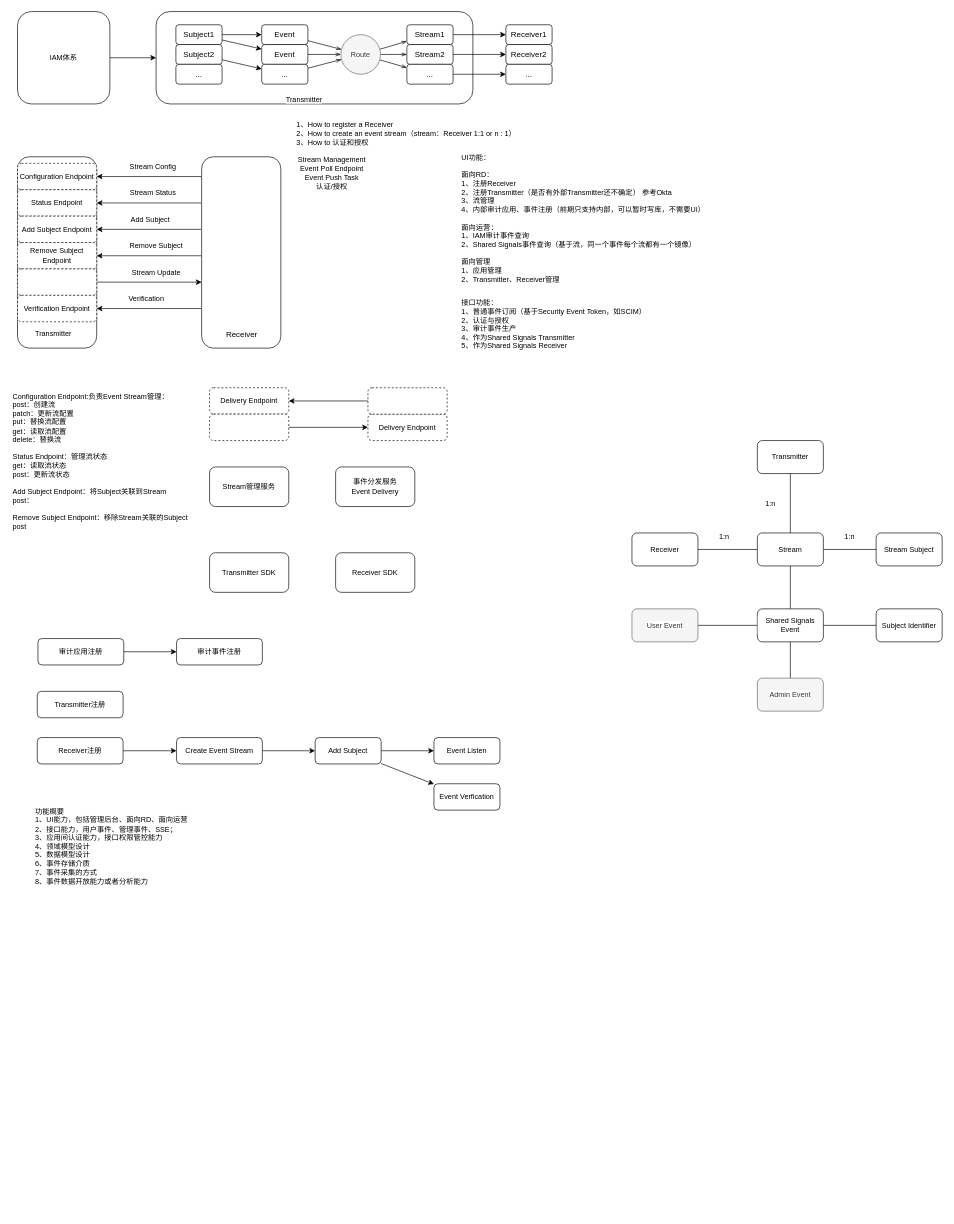
Above: sharedsignals.drawio in yamilinqh/spicedb (draw.io), before the change. Source tidied: cells renumbered, new cells numbered last; positions are measured from the earlier drawing's top-left corner, leaving out a move shared by most shapes. Both pictures are drawn from the tidied source at 66%, with x=0, y=0 at pixel (11, 11).
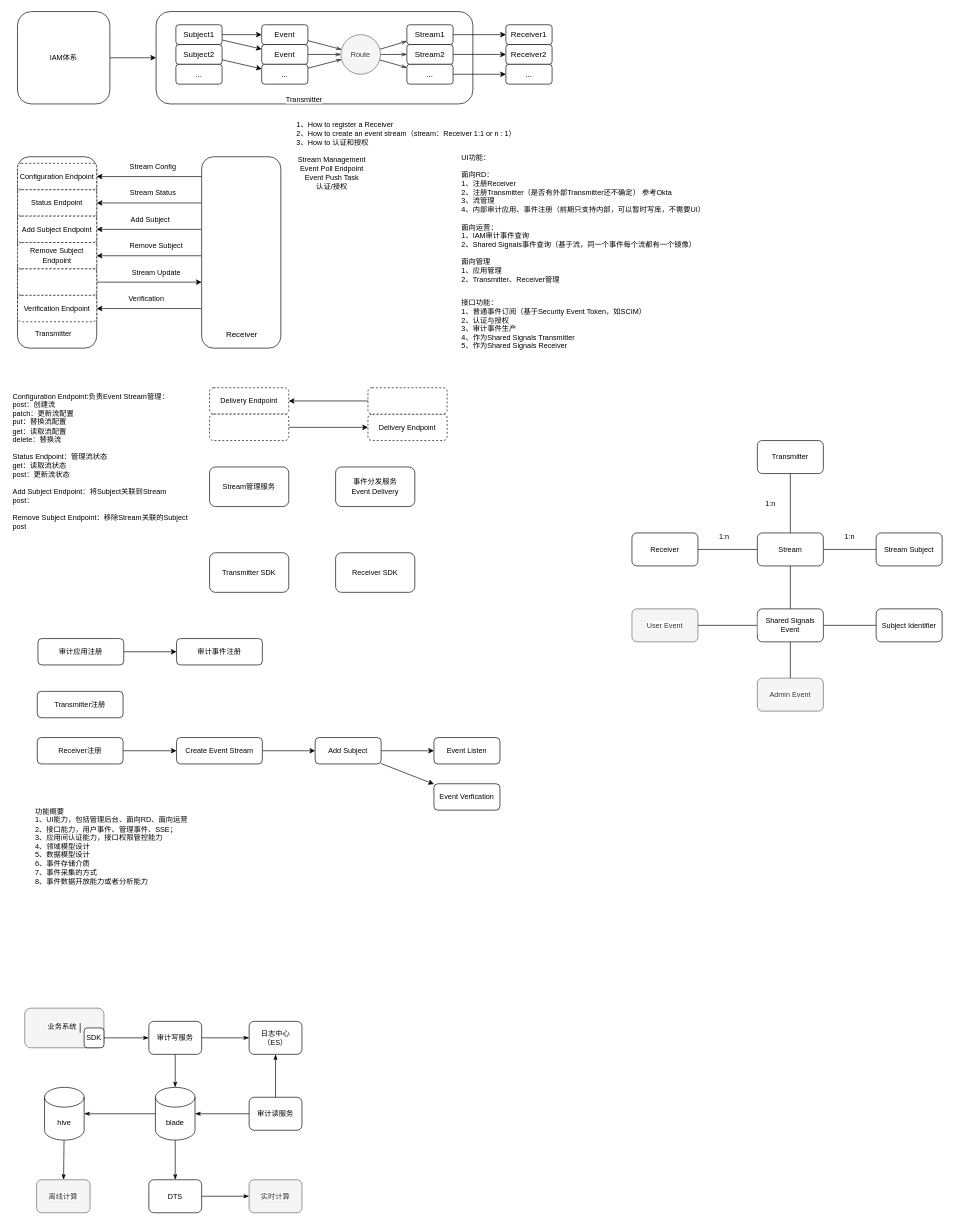
After the change.

The edit, as a diff of the source:
```diff
@@
+    <mxCell id="107" style="rounded=1;whiteSpace=wrap;html=1;fontFamily=Helvetica;fontSize=11;fontColor=#333333;labelBackgroundColor=default;fillColor=#f5f5f5;strokeColor=#666666;" parent="1" vertex="1">
+      <mxGeometry x="20" y="1510" width="120" height="60" as="geometry" />
+    </mxCell>
@@
+    <mxCell id="108" style="edgeStyle=none;shape=connector;rounded=0;jettySize=auto;html=1;strokeColor=default;align=center;verticalAlign=middle;fontFamily=Helvetica;fontSize=11;fontColor=default;labelBackgroundColor=default;endArrow=classicThin;endFill=1;" parent="1" edge="1" source="109" target="113">
+      <mxGeometry relative="1" as="geometry" />
+    </mxCell>
+    <mxCell id="109" value="SDK" style="rounded=1;whiteSpace=wrap;html=1;fontFamily=Helvetica;fontSize=11;fontColor=default;labelBackgroundColor=default;" parent="1" vertex="1">
+      <mxGeometry x="110" y="1540" width="30" height="30" as="geometry" />
+    </mxCell>
+    <mxCell id="110" value="&lt;span style=&quot;color: rgb(0, 0, 0); font-family: Helvetica; font-size: 11px; font-style: normal; font-variant-ligatures: normal; font-variant-caps: normal; font-weight: 400; letter-spacing: normal; orphans: 2; text-align: center; text-indent: 0px; text-transform: none; widows: 2; word-spacing: 0px; -webkit-text-stroke-width: 0px; white-space: normal; background-color: rgb(255, 255, 255); text-decoration-thickness: initial; text-decoration-style: initial; text-decoration-color: initial; display: inline !important; float: none;&quot;&gt;业务系统&lt;/span&gt;" style="text;whiteSpace=wrap;html=1;fontFamily=Helvetica;fontSize=11;fontColor=default;labelBackgroundColor=default;" parent="1" vertex="1">
+      <mxGeometry x="53" y="1525" width="51" height="30" as="geometry" />
+    </mxCell>
+    <mxCell id="111" style="edgeStyle=none;shape=connector;rounded=0;orthogonalLoop=1;jettySize=auto;html=1;exitX=1;exitY=0.25;exitDx=0;exitDy=0;entryX=1;entryY=0.75;entryDx=0;entryDy=0;strokeColor=default;align=center;verticalAlign=middle;fontFamily=Helvetica;fontSize=11;fontColor=default;labelBackgroundColor=default;endArrow=none;endFill=0;" parent="1" edge="1" source="110" target="110">
+      <mxGeometry relative="1" as="geometry" />
+    </mxCell>
+    <mxCell id="112" style="edgeStyle=none;shape=connector;rounded=0;jettySize=auto;html=1;strokeColor=default;align=center;verticalAlign=middle;fontFamily=Helvetica;fontSize=11;fontColor=default;labelBackgroundColor=default;endArrow=classicThin;endFill=1;" parent="1" edge="1" source="113" target="118">
+      <mxGeometry relative="1" as="geometry" />
+    </mxCell>
+    <mxCell id="113" value="审计写服务" style="rounded=1;whiteSpace=wrap;html=1;fontFamily=Helvetica;fontSize=11;fontColor=default;labelBackgroundColor=default;" parent="1" vertex="1">
+      <mxGeometry x="208" y="1530" width="80" height="50" as="geometry" />
+    </mxCell>
+    <mxCell id="114" style="edgeStyle=none;shape=connector;rounded=0;jettySize=auto;html=1;strokeColor=default;align=center;verticalAlign=middle;fontFamily=Helvetica;fontSize=11;fontColor=default;labelBackgroundColor=default;endArrow=classicThin;endFill=1;" parent="1" edge="1" source="116" target="120">
+      <mxGeometry relative="1" as="geometry" />
+    </mxCell>
+    <mxCell id="115" style="edgeStyle=none;shape=connector;rounded=0;jettySize=auto;html=1;entryX=0.5;entryY=0;entryDx=0;entryDy=0;strokeColor=default;align=center;verticalAlign=middle;fontFamily=Helvetica;fontSize=11;fontColor=default;labelBackgroundColor=default;endArrow=classicThin;endFill=1;" parent="1" edge="1" source="116" target="127">
+      <mxGeometry relative="1" as="geometry" />
+    </mxCell>
+    <mxCell id="116" value="blade" style="shape=cylinder3;whiteSpace=wrap;html=1;boundedLbl=1;backgroundOutline=1;size=15;fontFamily=Helvetica;fontSize=11;fontColor=default;labelBackgroundColor=default;" parent="1" vertex="1">
+      <mxGeometry x="218" y="1630" width="60" height="80" as="geometry" />
+    </mxCell>
+    <mxCell id="117" style="edgeStyle=none;shape=connector;rounded=0;jettySize=auto;html=1;entryX=0.5;entryY=0;entryDx=0;entryDy=0;entryPerimeter=0;strokeColor=default;align=center;verticalAlign=middle;fontFamily=Helvetica;fontSize=11;fontColor=default;labelBackgroundColor=default;endArrow=classicThin;endFill=1;" parent="1" edge="1" source="113" target="116">
+      <mxGeometry relative="1" as="geometry" />
+    </mxCell>
+    <mxCell id="118" value="日志中心&lt;br&gt;（ES）" style="rounded=1;whiteSpace=wrap;html=1;fontFamily=Helvetica;fontSize=11;fontColor=default;labelBackgroundColor=default;" parent="1" vertex="1">
+      <mxGeometry x="360" y="1530" width="80" height="50" as="geometry" />
+    </mxCell>
+    <mxCell id="119" style="edgeStyle=none;shape=connector;rounded=0;jettySize=auto;html=1;strokeColor=default;align=center;verticalAlign=middle;fontFamily=Helvetica;fontSize=11;fontColor=default;labelBackgroundColor=default;endArrow=classicThin;endFill=1;" parent="1" edge="1" source="120" target="123">
+      <mxGeometry relative="1" as="geometry" />
+    </mxCell>
+    <mxCell id="120" value="hive" style="shape=cylinder3;whiteSpace=wrap;html=1;boundedLbl=1;backgroundOutline=1;size=15;fontFamily=Helvetica;fontSize=11;fontColor=default;labelBackgroundColor=default;" parent="1" vertex="1">
+      <mxGeometry x="50" y="1630" width="60" height="80" as="geometry" />
+    </mxCell>
+    <mxCell id="121" style="edgeStyle=none;shape=connector;rounded=0;jettySize=auto;html=1;strokeColor=default;align=center;verticalAlign=middle;fontFamily=Helvetica;fontSize=11;fontColor=default;labelBackgroundColor=default;endArrow=classicThin;endFill=1;" parent="1" edge="1" source="127" target="122">
+      <mxGeometry relative="1" as="geometry" />
+    </mxCell>
+    <mxCell id="122" value="实时计算" style="rounded=1;whiteSpace=wrap;html=1;fontFamily=Helvetica;fontSize=11;fontColor=#333333;labelBackgroundColor=default;fillColor=#f5f5f5;strokeColor=#666666;" parent="1" vertex="1">
+      <mxGeometry x="360" y="1770" width="80" height="50" as="geometry" />
+    </mxCell>
+    <mxCell id="123" value="离线计算" style="rounded=1;whiteSpace=wrap;html=1;fontSize=11;labelBackgroundColor=default;fillColor=#f5f5f5;fontColor=#333333;strokeColor=#666666;" parent="1" vertex="1">
+      <mxGeometry x="38" y="1770" width="81" height="50" as="geometry" />
+    </mxCell>
+    <mxCell id="124" style="edgeStyle=none;shape=connector;rounded=0;jettySize=auto;html=1;strokeColor=default;align=center;verticalAlign=middle;fontFamily=Helvetica;fontSize=11;fontColor=default;labelBackgroundColor=default;endArrow=classicThin;endFill=1;" parent="1" edge="1" source="126" target="118">
+      <mxGeometry relative="1" as="geometry" />
+    </mxCell>
+    <mxCell id="125" style="edgeStyle=none;shape=connector;rounded=0;jettySize=auto;html=1;strokeColor=default;align=center;verticalAlign=middle;fontFamily=Helvetica;fontSize=11;fontColor=default;labelBackgroundColor=default;endArrow=classicThin;endFill=1;" parent="1" edge="1" source="126" target="116">
+      <mxGeometry relative="1" as="geometry" />
+    </mxCell>
+    <mxCell id="126" value="审计读服务" style="rounded=1;whiteSpace=wrap;html=1;fontFamily=Helvetica;fontSize=11;fontColor=default;labelBackgroundColor=default;" parent="1" vertex="1">
+      <mxGeometry x="360" y="1645" width="80" height="50" as="geometry" />
+    </mxCell>
+    <mxCell id="127" value="DTS" style="rounded=1;whiteSpace=wrap;html=1;fontFamily=Helvetica;fontSize=11;fontColor=default;labelBackgroundColor=default;" parent="1" vertex="1">
+      <mxGeometry x="208" y="1770" width="80" height="50" as="geometry" />
+    </mxCell>
```
